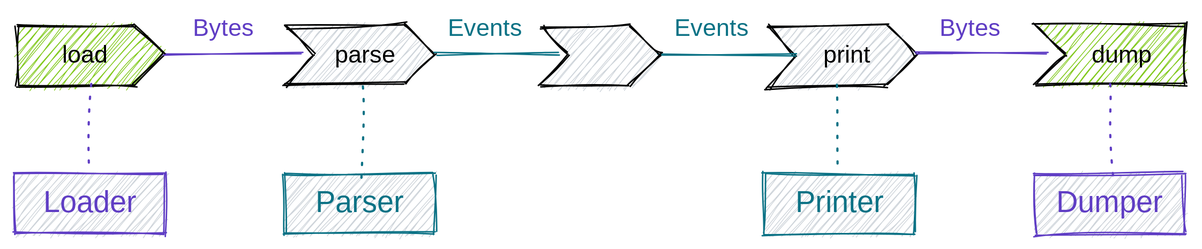
Above: web/docs/understand/language/operator-physical.excalidraw.svg in tenzir/tenzir (Excalidraw), before the change. Source tidied: one line per element, renumbered; positions are measured from the earlier drawing's top-left corner, leaving out a move shared by most shapes.
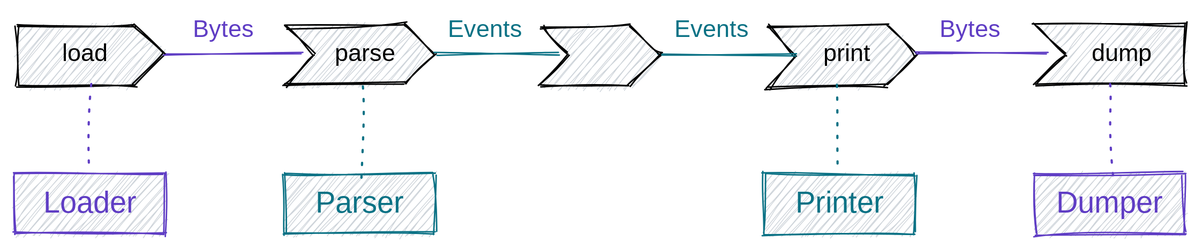
After the change.

Change to the diagram source:
```diff
@@ -1,5 +1,5 @@
-{"id": 0, "type": "line", "strokeColor": "#000000", "backgroundColor": "#82c91e", "fillStyle": "hachure", "strokeWidth": 1, "roughness": 1, "x": 680, "y": 6, "width": 100, "height": 40, "points": [[0, 0], [20, 20], [0, 40], [100, 40], [100, 0], [0, 0]]}
+{"id": 0, "type": "line", "strokeColor": "#000000", "backgroundColor": "#ced4da", "fillStyle": "hachure", "strokeWidth": 1, "roughness": 1, "x": 680, "y": 6, "width": 100, "height": 40, "points": [[0, 0], [20, 20], [0, 40], [100, 40], [100, 0], [0, 0]]}
-{"id": 1, "type": "line", "strokeColor": "#000000", "backgroundColor": "#82c91e", "fillStyle": "hachure", "strokeWidth": 1, "roughness": 1, "x": 2, "y": 8, "width": 98, "height": 41, "points": [[0, 0], [0, 40], [78, 39], [98, 19], [78, -1], [0, 0]]}
+{"id": 1, "type": "line", "strokeColor": "#000000", "backgroundColor": "#ced4da", "fillStyle": "hachure", "strokeWidth": 1, "roughness": 1, "x": 2, "y": 8, "width": 98, "height": 41, "points": [[0, 0], [0, 40], [78, 39], [98, 19], [78, -1], [0, 0]]}
 {"id": 2, "type": "text", "text": "load", "strokeColor": "#000000", "strokeWidth": 1, "roughness": 1, "fontSize": 16, "fontFamily": 3, "textAlign": "center", "x": 27, "y": 16, "width": 40, "height": 20}
 {"id": 3, "type": "line", "strokeColor": "#000000", "backgroundColor": "#ced4da", "fillStyle": "hachure", "strokeWidth": 1, "roughness": 1, "x": 180, "y": 7, "width": 100, "height": 41, "points": [[0, 0], [20, 19], [0, 40], [80, 39], [100, 19], [80, -1], [0, 0]]}
 {"id": 4, "type": "text", "text": "parse", "strokeColor": "#000000", "strokeWidth": 1, "roughness": 1, "fontSize": 16, "fontFamily": 3, "textAlign": "center", "x": 209, "y": 16, "width": 49, "height": 20}
```
